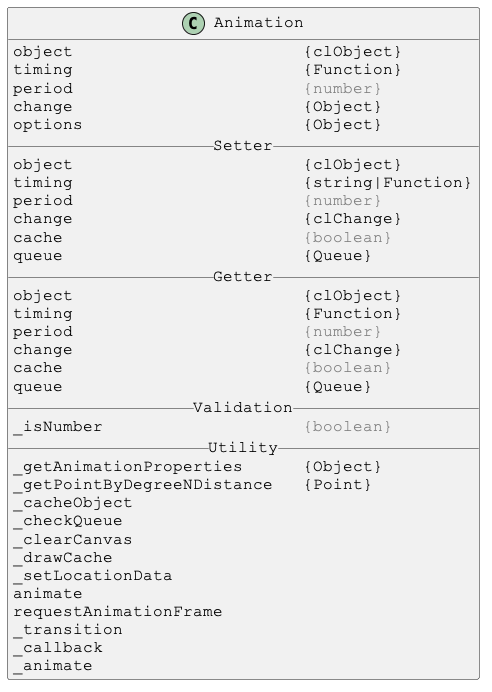
Above: docs/PlantUml/image/Animation.png in Justin-Byrne/canvasLab (PlantUML), before the change.
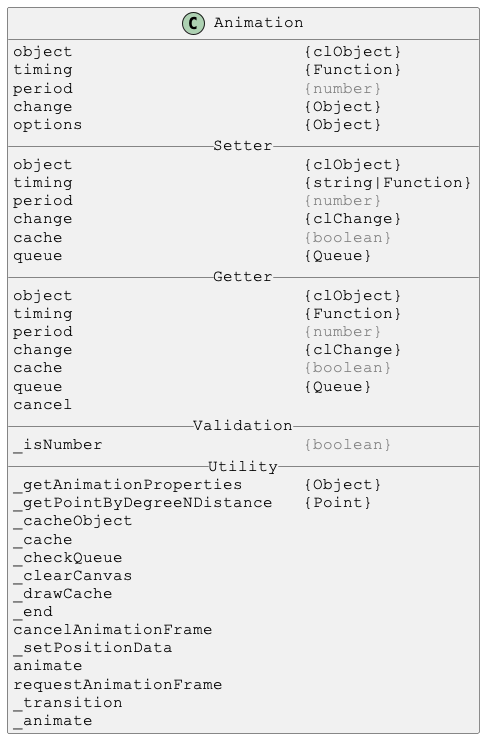
After the commit.

What changed in the source:
```diff
@@ -23,20 +23,23 @@
 change                       {clChange}
 cache                        <color:gray>{boolean}</color>
 queue                        {Queue}
+cancel
 __ Validation __
 _isNumber                    <color:gray>{boolean}</color>
 __ Utility __
 _getAnimationProperties      {Object}
 _getPointByDegreeNDistance   {Point}
 _cacheObject
+_cache
 _checkQueue
 _clearCanvas
 _drawCache
-_setLocationData
+_end
+cancelAnimationFrame
+_setPositionData
 animate
 requestAnimationFrame
 _transition
-_callback
 _animate
 }
 
```
